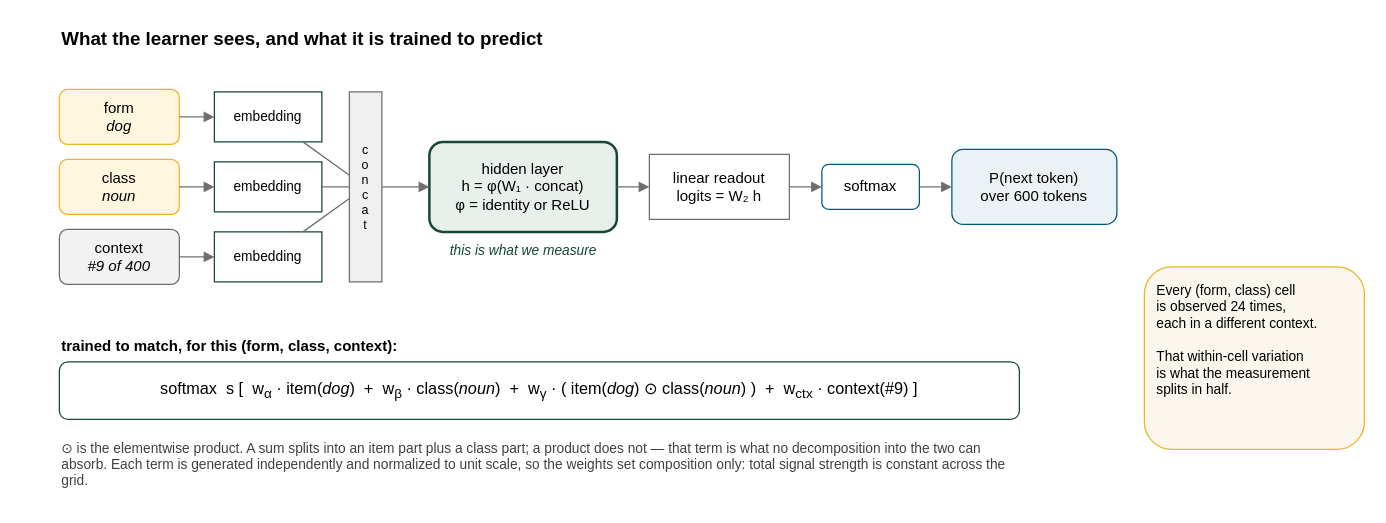
Above: paper/fig-toy-training.drawio in znhoughton/representation-separability (draw.io), before the change. Source tidied: cells renumbered, new cells numbered last; positions are measured from the earlier drawing's top-left corner, leaving out a move shared by most shapes. Both pictures are drawn from the tidied source at 125%, with x=0, y=0 at pixel (59, 21).
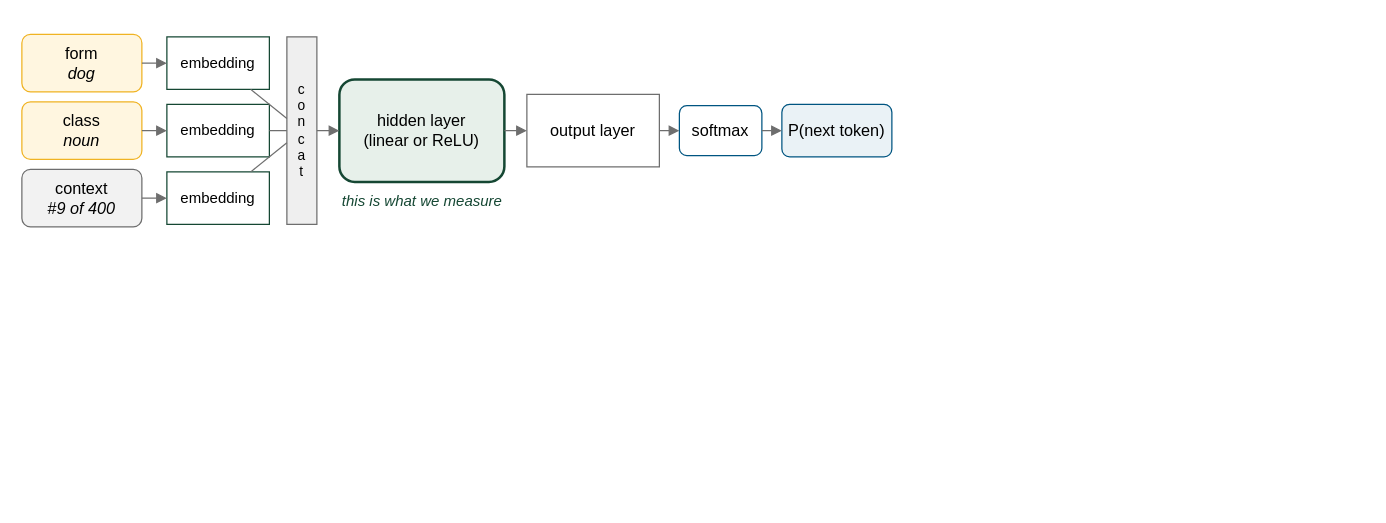
The same diagram, later.

Commit message (it also covers changes not shown here):
Fix the figures, move Table 3 to the appendix, and unify appendix vocabulary

What changed in the source:
```diff
@@
-    <mxCell id="2" value="What the learner sees, and what it is trained to predict" style="text;html=1;fontSize=15;fontStyle=1;align=left;verticalAlign=middle;" parent="1" vertex="1">
-      <mxGeometry width="700" height="26" as="geometry" />
-    </mxCell>
-    <mxCell id="3" value="form&#10;&lt;i&gt;dog&lt;/i&gt;" style="rounded=1;whiteSpace=wrap;html=1;fontSize=12;fillColor=#FFF6E0;strokeColor=#F0B323;" parent="1" vertex="1">
-      <mxGeometry y="54" width="96" height="44" as="geometry" />
+    <mxCell id="3" value="form&#10;&lt;i&gt;dog&lt;/i&gt;" style="rounded=1;whiteSpace=wrap;html=1;fontSize=13;fillColor=#FFF6E0;strokeColor=#F0B323;" parent="1" vertex="1">
+      <mxGeometry x="-30" y="10" width="96" height="46" as="geometry" />
     </mxCell>
-    <mxCell id="4" value="class&#10;&lt;i&gt;noun&lt;/i&gt;" style="rounded=1;whiteSpace=wrap;html=1;fontSize=12;fillColor=#FFF6E0;strokeColor=#F0B323;" parent="1" vertex="1">
-      <mxGeometry y="110" width="96" height="44" as="geometry" />
+    <mxCell id="4" value="class&#10;&lt;i&gt;noun&lt;/i&gt;" style="rounded=1;whiteSpace=wrap;html=1;fontSize=13;fillColor=#FFF6E0;strokeColor=#F0B323;" parent="1" vertex="1">
+      <mxGeometry x="-30" y="64" width="96" height="46" as="geometry" />
     </mxCell>
-    <mxCell id="5" value="context&#10;&lt;i&gt;#9 of 400&lt;/i&gt;" style="rounded=1;whiteSpace=wrap;html=1;fontSize=12;fillColor=#F2F2F2;strokeColor=#6E6E6E;" parent="1" vertex="1">
-      <mxGeometry y="166" width="96" height="44" as="geometry" />
+    <mxCell id="5" value="context&#10;&lt;i&gt;#9 of 400&lt;/i&gt;" style="rounded=1;whiteSpace=wrap;html=1;fontSize=13;fillColor=#F2F2F2;strokeColor=#6E6E6E;" parent="1" vertex="1">
+      <mxGeometry x="-30" y="118" width="96" height="46" as="geometry" />
     </mxCell>
-    <mxCell id="6" value="embedding" style="rounded=0;whiteSpace=wrap;html=1;fontSize=11;fillColor=#FFFFFF;strokeColor=#154733;" parent="1" vertex="1">
-      <mxGeometry x="124" y="56" width="86" height="40" as="geometry" />
+    <mxCell id="6" value="embedding" style="rounded=0;whiteSpace=wrap;html=1;fontSize=12;fillColor=#FFFFFF;strokeColor=#154733;" parent="1" vertex="1">
+      <mxGeometry x="86" y="12" width="82" height="42" as="geometry" />
     </mxCell>
-    <mxCell id="7" value="embedding" style="rounded=0;whiteSpace=wrap;html=1;fontSize=11;fillColor=#FFFFFF;strokeColor=#154733;" parent="1" vertex="1">
-      <mxGeometry x="124" y="112" width="86" height="40" as="geometry" />
+    <mxCell id="7" value="embedding" style="rounded=0;whiteSpace=wrap;html=1;fontSize=12;fillColor=#FFFFFF;strokeColor=#154733;" parent="1" vertex="1">
+      <mxGeometry x="86" y="66" width="82" height="42" as="geometry" />
     </mxCell>
-    <mxCell id="8" value="embedding" style="rounded=0;whiteSpace=wrap;html=1;fontSize=11;fillColor=#FFFFFF;strokeColor=#154733;" parent="1" vertex="1">
-      <mxGeometry x="124" y="168" width="86" height="40" as="geometry" />
+    <mxCell id="8" value="embedding" style="rounded=0;whiteSpace=wrap;html=1;fontSize=12;fillColor=#FFFFFF;strokeColor=#154733;" parent="1" vertex="1">
+      <mxGeometry x="86" y="120" width="82" height="42" as="geometry" />
     </mxCell>
@@
-    <mxCell id="12" value="c&#10;o&#10;n&#10;c&#10;a&#10;t" style="rounded=0;whiteSpace=wrap;html=1;fontSize=10;fillColor=#EFEFEF;strokeColor=#6E6E6E;" parent="1" vertex="1">
-      <mxGeometry x="232" y="56" width="26" height="152" as="geometry" />
+    <mxCell id="12" value="c&#10;o&#10;n&#10;c&#10;a&#10;t" style="rounded=0;whiteSpace=wrap;html=1;fontSize=11;fillColor=#EFEFEF;strokeColor=#6E6E6E;" parent="1" vertex="1">
+      <mxGeometry x="182" y="12" width="24" height="150" as="geometry" />
     </mxCell>
@@
-    <mxCell id="16" value="hidden layer&#10;h = φ(W₁ · concat)&#10;φ = identity or ReLU" style="rounded=1;whiteSpace=wrap;html=1;fontSize=12;fillColor=#E7F0EA;strokeColor=#154733;strokeWidth=2;" parent="1" vertex="1">
-      <mxGeometry x="296" y="96" width="150" height="72" as="geometry" />
+    <mxCell id="16" value="hidden layer&#10;(linear or ReLU)" style="rounded=1;whiteSpace=wrap;html=1;fontSize=13;fillColor=#E7F0EA;strokeColor=#154733;strokeWidth=2;" parent="1" vertex="1">
+      <mxGeometry x="224" y="46" width="132" height="82" as="geometry" />
     </mxCell>
@@
-    <mxCell id="18" value="this is what we measure" style="text;html=1;fontSize=11;fontStyle=2;align=center;fontColor=#154733;" parent="1" vertex="1">
-      <mxGeometry x="286" y="170" width="170" height="20" as="geometry" />
+    <mxCell id="18" value="this is what we measure" style="text;html=1;fontSize=12;fontStyle=2;align=center;fontColor=#154733;" parent="1" vertex="1">
+      <mxGeometry x="214" y="130" width="152" height="20" as="geometry" />
     </mxCell>
-    <mxCell id="19" value="linear readout&#10;logits = W₂ h" style="rounded=0;whiteSpace=wrap;html=1;fontSize=12;fillColor=#FFFFFF;strokeColor=#6E6E6E;" parent="1" vertex="1">
-      <mxGeometry x="472" y="106" width="112" height="52" as="geometry" />
+    <mxCell id="19" value="output layer" style="rounded=0;whiteSpace=wrap;html=1;fontSize=13;fillColor=#FFFFFF;strokeColor=#6E6E6E;" parent="1" vertex="1">
+      <mxGeometry x="374" y="58" width="106" height="58" as="geometry" />
     </mxCell>
@@
-    <mxCell id="21" value="softmax" style="rounded=1;whiteSpace=wrap;html=1;fontSize=12;fillColor=#FFFFFF;strokeColor=#005581;" parent="1" vertex="1">
-      <mxGeometry x="610" y="114" width="78" height="36" as="geometry" />
+    <mxCell id="21" value="softmax" style="rounded=1;whiteSpace=wrap;html=1;fontSize=13;fillColor=#FFFFFF;strokeColor=#005581;" parent="1" vertex="1">
+      <mxGeometry x="496" y="67" width="66" height="40" as="geometry" />
     </mxCell>
@@
-    <mxCell id="23" value="P(next token)&#10;over 600 tokens" style="rounded=1;whiteSpace=wrap;html=1;fontSize=12;fillColor=#EAF2F6;strokeColor=#005581;" parent="1" vertex="1">
-      <mxGeometry x="714" y="102" width="132" height="60" as="geometry" />
+    <mxCell id="23" value="P(next token)" style="rounded=1;whiteSpace=wrap;html=1;fontSize=13;fillColor=#EAF2F6;strokeColor=#005581;" parent="1" vertex="1">
+      <mxGeometry x="578" y="66" width="88" height="42" as="geometry" />
     </mxCell>
@@
-    <mxCell id="25" value="trained to match, for this (form, class, context):" style="text;html=1;fontSize=12;fontStyle=1;align=left;" parent="1" vertex="1">
-      <mxGeometry y="246" width="480" height="20" as="geometry" />
-    </mxCell>
-    <mxCell id="26" value="softmax&amp;nbsp; s [ &amp;nbsp;w&lt;sub&gt;α&lt;/sub&gt; · item(&lt;i&gt;dog&lt;/i&gt;)&amp;nbsp; + &amp;nbsp;w&lt;sub&gt;β&lt;/sub&gt; · class(&lt;i&gt;noun&lt;/i&gt;)&amp;nbsp; + &amp;nbsp;w&lt;sub&gt;γ&lt;/sub&gt; · ( item(&lt;i&gt;dog&lt;/i&gt;) ⊙ class(&lt;i&gt;noun&lt;/i&gt;) )&amp;nbsp; + &amp;nbsp;w&lt;sub&gt;ctx&lt;/sub&gt; · context(#9) ]" style="rounded=1;whiteSpace=wrap;html=1;fontSize=13;fillColor=#FFFFFF;strokeColor=#154733;align=center;" parent="1" vertex="1">
-      <mxGeometry y="272" width="768" height="46" as="geometry" />
-    </mxCell>
-    <mxCell id="27" value="⊙ is the elementwise product. A sum splits into an item part plus a class part; a product does not — that term is what no decomposition into the two can absorb. Each term is generated independently and normalized to unit scale, so the weights set composition only: total signal strength is constant across the grid." style="text;html=1;fontSize=11;align=left;verticalAlign=top;fontColor=#404040;whiteSpace=wrap;" parent="1" vertex="1">
-      <mxGeometry y="328" width="768" height="56" as="geometry" />
-    </mxCell>
-    <mxCell id="28" value="Every (form, class) cell&#10;is observed 24 times,&#10;each in a different context.&#10;&#10;That within-cell variation&#10;is what the measurement&#10;splits in half." style="rounded=1;whiteSpace=wrap;html=1;fontSize=11;fillColor=#FBF7EE;strokeColor=#F0B323;align=left;verticalAlign=top;spacingLeft=8;spacingTop=6;" parent="1" vertex="1">
-      <mxGeometry x="868" y="196" width="176" height="146" as="geometry" />
-    </mxCell>
```
